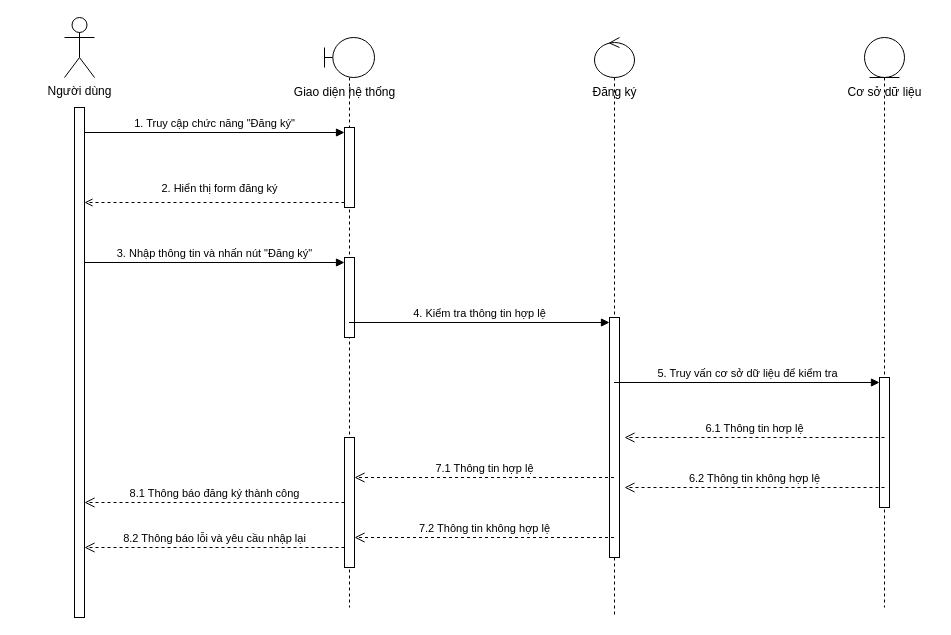
The draw.io diagram page "SD001" (1 of 14) of Diagram/Sequence Diagram.drawio in TAKhoi1506/DrugRecommendation, before the edit. Source tidied: cells renumbered, new cells numbered last; positions are measured from the earlier drawing's top-left corner, leaving out a move shared by most shapes. Both pictures are drawn from the tidied source at 100%, with x=0, y=0 at pixel (64, 17).
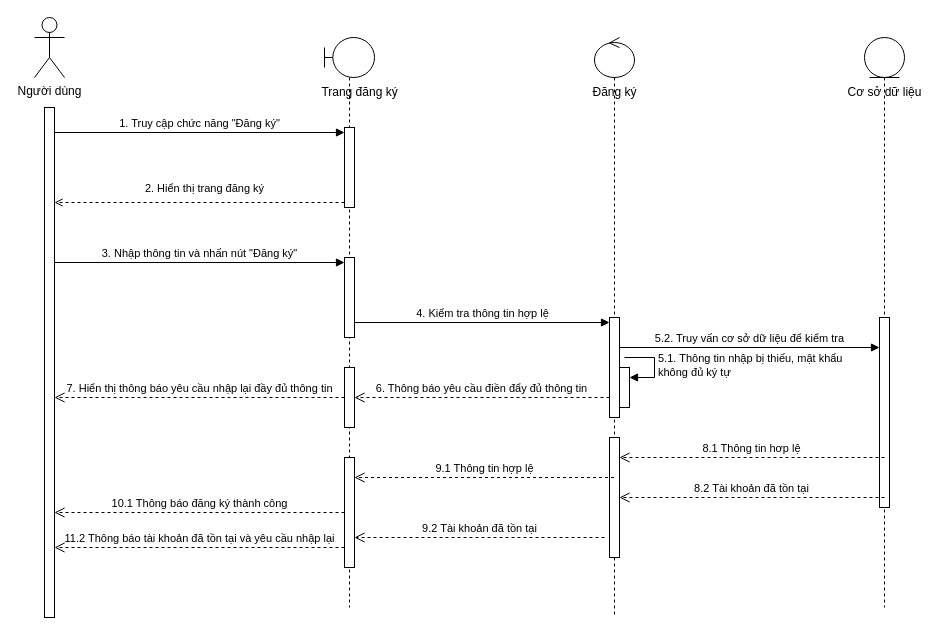
The same page after the edit.

Unchanged cells that the change refers to:
```xml
<mxCell id="2" style="shape=umlLifeline;perimeter=lifelinePerimeter;whiteSpace=wrap;html=1;outlineConnect=0;portConstraint=eastwest;newEdgeStyle={&quot;curved&quot;:0,&quot;rounded&quot;:0};participant=umlBoundary;" parent="1" vertex="1">
  <mxGeometry x="260" y="20" width="50" height="570" as="geometry" />
</mxCell>
<mxCell id="6" style="shape=umlLifeline;perimeter=lifelinePerimeter;whiteSpace=wrap;html=1;newEdgeStyle={&quot;curved&quot;:0,&quot;rounded&quot;:0};participant=umlEntity;" parent="1" vertex="1">
  <mxGeometry x="800" y="20" width="40" height="570" as="geometry" />
</mxCell>
<mxCell id="8" style="shape=umlLifeline;perimeter=lifelinePerimeter;whiteSpace=wrap;html=1;outlineConnect=0;portConstraint=eastwest;newEdgeStyle={&quot;curved&quot;:0,&quot;rounded&quot;:0};participant=umlControl;" parent="1" vertex="1">
  <mxGeometry x="530" y="20" width="40" height="580" as="geometry" />
</mxCell>
<mxCell id="16" style="rounded=0;jettySize=auto;html=1;exitX=0;exitY=1;exitDx=0;exitDy=-5;exitPerimeter=0;dashed=1;endArrow=open;endFill=0;" parent="1" edge="1" source="3" target="11">
  <mxGeometry relative="1" as="geometry" />
</mxCell>
```

Diff of the diagram source:
```diff
@@
     <mxCell id="5" style="html=1;points=[[0,0,0,0,5],[0,1,0,0,-5],[1,0,0,0,5],[1,1,0,0,-5]];perimeter=orthogonalPerimeter;outlineConnect=0;targetShapes=umlLifeline;portConstraint=eastwest;newEdgeStyle={&quot;curved&quot;:0,&quot;rounded&quot;:0};" parent="2" vertex="1">
-      <mxGeometry x="20" y="400" width="10" height="130" as="geometry" />
+      <mxGeometry x="20" y="420" width="10" height="110" as="geometry" />
     </mxCell>
+    <mxCell id="27" style="html=1;points=[[0,0,0,0,5],[0,1,0,0,-5],[1,0,0,0,5],[1,1,0,0,-5]];perimeter=orthogonalPerimeter;outlineConnect=0;targetShapes=umlLifeline;portConstraint=eastwest;newEdgeStyle={&quot;curved&quot;:0,&quot;rounded&quot;:0};" parent="2" vertex="1">
+      <mxGeometry x="20" y="330" width="10" height="60" as="geometry" />
+    </mxCell>
@@
     <mxCell id="7" style="html=1;points=[[0,0,0,0,5],[0,1,0,0,-5],[1,0,0,0,5],[1,1,0,0,-5]];perimeter=orthogonalPerimeter;outlineConnect=0;targetShapes=umlLifeline;portConstraint=eastwest;newEdgeStyle={&quot;curved&quot;:0,&quot;rounded&quot;:0};" parent="6" vertex="1">
-      <mxGeometry x="15" y="340" width="10" height="130" as="geometry" />
+      <mxGeometry x="15" y="280" width="10" height="190" as="geometry" />
     </mxCell>
@@
     <mxCell id="9" style="html=1;points=[[0,0,0,0,5],[0,1,0,0,-5],[1,0,0,0,5],[1,1,0,0,-5]];perimeter=orthogonalPerimeter;outlineConnect=0;targetShapes=umlLifeline;portConstraint=eastwest;newEdgeStyle={&quot;curved&quot;:0,&quot;rounded&quot;:0};" parent="8" vertex="1">
-      <mxGeometry x="15" y="280" width="10" height="240" as="geometry" />
+      <mxGeometry x="15" y="280" width="10" height="100" as="geometry" />
     </mxCell>
+    <mxCell id="28" style="html=1;points=[[0,0,0,0,5],[0,1,0,0,-5],[1,0,0,0,5],[1,1,0,0,-5]];perimeter=orthogonalPerimeter;outlineConnect=0;targetShapes=umlLifeline;portConstraint=eastwest;newEdgeStyle={&quot;curved&quot;:0,&quot;rounded&quot;:0};" parent="8" vertex="1">
+      <mxGeometry x="25" y="330" width="10" height="40" as="geometry" />
+    </mxCell>
+    <mxCell id="29" value="5.1. Thông tin nhập bị thiếu, mật khẩu&amp;nbsp;&lt;div&gt;không đủ ký tự&lt;/div&gt;" style="html=1;align=left;spacingLeft=2;endArrow=block;rounded=0;edgeStyle=orthogonalEdgeStyle;curved=0;rounded=0;" parent="8" edge="1" target="28">
+      <mxGeometry relative="1" as="geometry">
+        <mxPoint x="30" y="320" as="sourcePoint" />
+        <Array as="points">
+          <mxPoint x="60" y="340" />
+        </Array>
+      </mxGeometry>
+    </mxCell>
+    <mxCell id="30" style="html=1;points=[[0,0,0,0,5],[0,1,0,0,-5],[1,0,0,0,5],[1,1,0,0,-5]];perimeter=orthogonalPerimeter;outlineConnect=0;targetShapes=umlLifeline;portConstraint=eastwest;newEdgeStyle={&quot;curved&quot;:0,&quot;rounded&quot;:0};" parent="8" vertex="1">
+      <mxGeometry x="15" y="400" width="10" height="120" as="geometry" />
+    </mxCell>
     <mxCell id="10" value="Người dùng" style="shape=umlActor;verticalLabelPosition=bottom;verticalAlign=top;html=1;" parent="1" vertex="1">
-      <mxGeometry width="30" height="60" as="geometry" />
+      <mxGeometry x="-30" width="30" height="60" as="geometry" />
     </mxCell>
     <mxCell id="11" style="html=1;points=[[0,0,0,0,5],[0,1,0,0,-5],[1,0,0,0,5],[1,1,0,0,-5]];perimeter=orthogonalPerimeter;outlineConnect=0;targetShapes=umlLifeline;portConstraint=eastwest;newEdgeStyle={&quot;curved&quot;:0,&quot;rounded&quot;:0};" parent="1" vertex="1">
-      <mxGeometry x="10" y="90" width="10" height="510" as="geometry" />
+      <mxGeometry x="-20" y="90" width="10" height="510" as="geometry" />
     </mxCell>
-    <mxCell id="12" value="Giao diện hệ thống" style="text;html=1;align=center;verticalAlign=middle;strokeColor=none;fillColor=none;" parent="1" vertex="1">
-      <mxGeometry x="220" y="60" width="120" height="30" as="geometry" />
+    <mxCell id="12" value="Trang đăng ký" style="text;html=1;align=center;verticalAlign=middle;strokeColor=none;fillColor=none;" parent="1" vertex="1">
+      <mxGeometry x="245" y="60" width="100" height="30" as="geometry" />
     </mxCell>
@@
-    <mxCell id="17" value="2. Hiển thị form đăng ký" style="edgeLabel;html=1;align=center;verticalAlign=middle;" parent="16" vertex="1">
+    <mxCell id="17" value="2. Hiển thị trang đăng ký" style="edgeLabel;html=1;align=center;verticalAlign=middle;" parent="16" vertex="1">
       <mxGeometry x="-0.03" y="-3" relative="1" as="geometry">
         <mxPoint y="-12" as="offset" />
       </mxGeometry>
     </mxCell>
@@
-    <mxCell id="19" value="4. Kiểm tra thông tin hợp lệ" style="html=1;verticalAlign=bottom;startArrow=none;endArrow=block;startSize=8;curved=0;rounded=0;entryX=0;entryY=0;entryDx=0;entryDy=5;startFill=0;" parent="1" edge="1" source="2" target="9">
-      <mxGeometry relative="1" as="geometry" />
+    <mxCell id="19" value="4. Kiểm tra thông tin hợp lệ" style="html=1;verticalAlign=bottom;startArrow=none;endArrow=block;startSize=8;curved=0;rounded=0;entryX=0;entryY=0;entryDx=0;entryDy=5;startFill=0;" parent="1" edge="1" target="9">
+      <mxGeometry relative="1" as="geometry">
+        <mxPoint x="290" y="305" as="sourcePoint" />
+      </mxGeometry>
     </mxCell>
-    <mxCell id="20" value="5. Truy vấn cơ sở dữ liệu để kiểm tra" style="html=1;verticalAlign=bottom;startArrow=none;endArrow=block;startSize=8;curved=0;rounded=0;entryX=0;entryY=0;entryDx=0;entryDy=5;startFill=0;" parent="1" edge="1" source="8" target="7">
-      <mxGeometry relative="1" as="geometry" />
+    <mxCell id="20" value="5.2. Truy vấn cơ sở dữ liệu để kiểm tra" style="html=1;verticalAlign=bottom;startArrow=none;endArrow=block;startSize=8;curved=0;rounded=0;entryX=0;entryY=0;entryDx=0;entryDy=5;startFill=0;" parent="1" edge="1" source="9">
+      <mxGeometry relative="1" as="geometry">
+        <mxPoint x="815" y="330" as="targetPoint" />
+      </mxGeometry>
     </mxCell>
-    <mxCell id="21" value="6.1 Thông tin hơp lệ" style="html=1;verticalAlign=bottom;endArrow=open;dashed=1;endSize=8;curved=0;rounded=0;" parent="1" edge="1">
+    <mxCell id="21" value="8.1 Thông tin hơp lệ" style="html=1;verticalAlign=bottom;endArrow=open;dashed=1;endSize=8;curved=0;rounded=0;" parent="1" edge="1" target="30">
       <mxGeometry relative="1" as="geometry">
-        <mxPoint x="820" y="420" as="sourcePoint" />
-        <mxPoint x="560" y="420" as="targetPoint" />
+        <mxPoint x="820" y="440" as="sourcePoint" />
       </mxGeometry>
     </mxCell>
-    <mxCell id="22" value="6.2 Thông tin không hợp lệ" style="html=1;verticalAlign=bottom;endArrow=open;dashed=1;endSize=8;curved=0;rounded=0;" parent="1" edge="1">
+    <mxCell id="22" value="8.2 Tài khoản đã tồn tại" style="html=1;verticalAlign=bottom;endArrow=open;dashed=1;endSize=8;curved=0;rounded=0;" parent="1" edge="1" target="30">
       <mxGeometry relative="1" as="geometry">
-        <mxPoint x="820" y="470" as="sourcePoint" />
-        <mxPoint x="560" y="470" as="targetPoint" />
+        <mxPoint x="820" y="480" as="sourcePoint" />
       </mxGeometry>
     </mxCell>
-    <mxCell id="23" value="7.1 Thông tin hợp lệ" style="html=1;verticalAlign=bottom;endArrow=open;dashed=1;endSize=8;curved=0;rounded=0;" parent="1" edge="1">
+    <mxCell id="23" value="9.1 Thông tin hợp lệ" style="html=1;verticalAlign=bottom;endArrow=open;dashed=1;endSize=8;curved=0;rounded=0;" parent="1" edge="1">
       <mxGeometry relative="1" as="geometry">
         <mxPoint x="549.5" y="460" as="sourcePoint" />
         <mxPoint x="290" y="460" as="targetPoint" />
       </mxGeometry>
     </mxCell>
-    <mxCell id="24" value="7.2 Thông tin không hợp lệ" style="html=1;verticalAlign=bottom;endArrow=open;dashed=1;endSize=8;curved=0;rounded=0;" parent="1" edge="1" source="8" target="5">
+    <mxCell id="24" value="9.2 Tài khoản đã tồn tại" style="html=1;verticalAlign=bottom;endArrow=open;dashed=1;endSize=8;curved=0;rounded=0;" parent="1" edge="1" target="5">
       <mxGeometry relative="1" as="geometry">
+        <mxPoint x="540" y="520" as="sourcePoint" />
         <Array as="points">
           <mxPoint x="330" y="520" />
         </Array>
       </mxGeometry>
     </mxCell>
-    <mxCell id="25" value="8.1 Thông báo đăng ký thành công" style="html=1;verticalAlign=bottom;endArrow=open;dashed=1;endSize=8;curved=0;rounded=0;" parent="1" edge="1" source="5" target="11">
+    <mxCell id="25" value="10.1 Thông báo đăng ký thành công" style="html=1;verticalAlign=bottom;endArrow=open;dashed=1;endSize=8;curved=0;rounded=0;" parent="1" edge="1" source="5" target="11">
       <mxGeometry relative="1" as="geometry" />
     </mxCell>
-    <mxCell id="26" value="8.2 Thông báo lỗi và yêu cầu nhập lại" style="html=1;verticalAlign=bottom;endArrow=open;dashed=1;endSize=8;curved=0;rounded=0;" parent="1" edge="1">
+    <mxCell id="26" value="11.2 Thông báo tài khoản đã tồn tại và yêu cầu nhập lại" style="html=1;verticalAlign=bottom;endArrow=open;dashed=1;endSize=8;curved=0;rounded=0;" parent="1" edge="1" target="11">
       <mxGeometry relative="1" as="geometry">
         <mxPoint x="280" y="530" as="sourcePoint" />
-        <mxPoint x="20" y="530" as="targetPoint" />
       </mxGeometry>
     </mxCell>
+    <mxCell id="31" value="6. Thông báo yêu cầu điền đẩy đủ thông tin" style="html=1;verticalAlign=bottom;endArrow=open;dashed=1;endSize=8;curved=0;rounded=0;" parent="1" edge="1" source="9">
+      <mxGeometry relative="1" as="geometry">
+        <mxPoint x="290" y="380" as="targetPoint" />
+      </mxGeometry>
+    </mxCell>
+    <mxCell id="32" value="7. Hiển thị thông báo yêu cầu nhập lại đầy đủ thông tin" style="html=1;verticalAlign=bottom;endArrow=open;dashed=1;endSize=8;curved=0;rounded=0;" parent="1" edge="1" source="27" target="11">
+      <mxGeometry relative="1" as="geometry" />
+    </mxCell>
```
